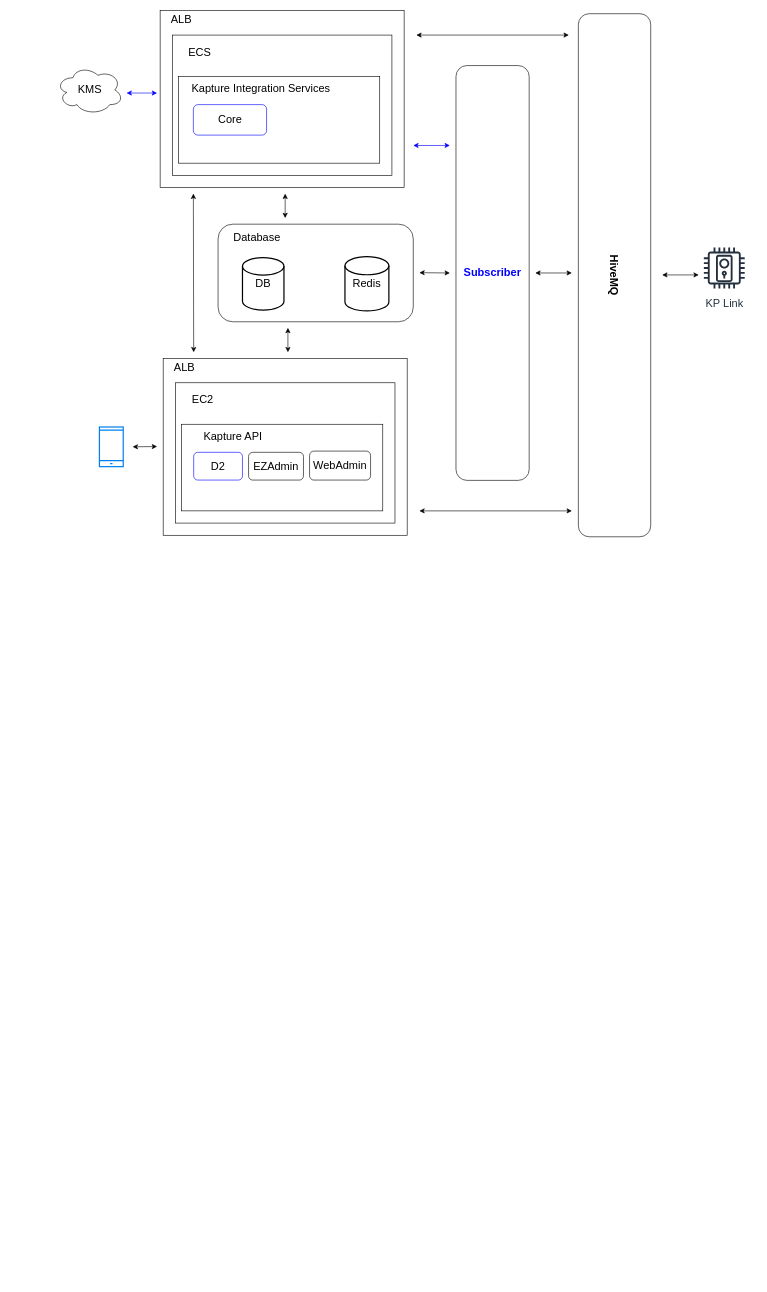
Before: KaptureIntegrationService.drawio in kevin3747118/ALZK, a draw.io diagram. Source tidied: cells renumbered, new cells numbered last; positions are measured from the earlier drawing's top-left corner, leaving out a move shared by most shapes. Both pictures are drawn from the tidied source at 61%, with x=0, y=0 at pixel (56, 10).
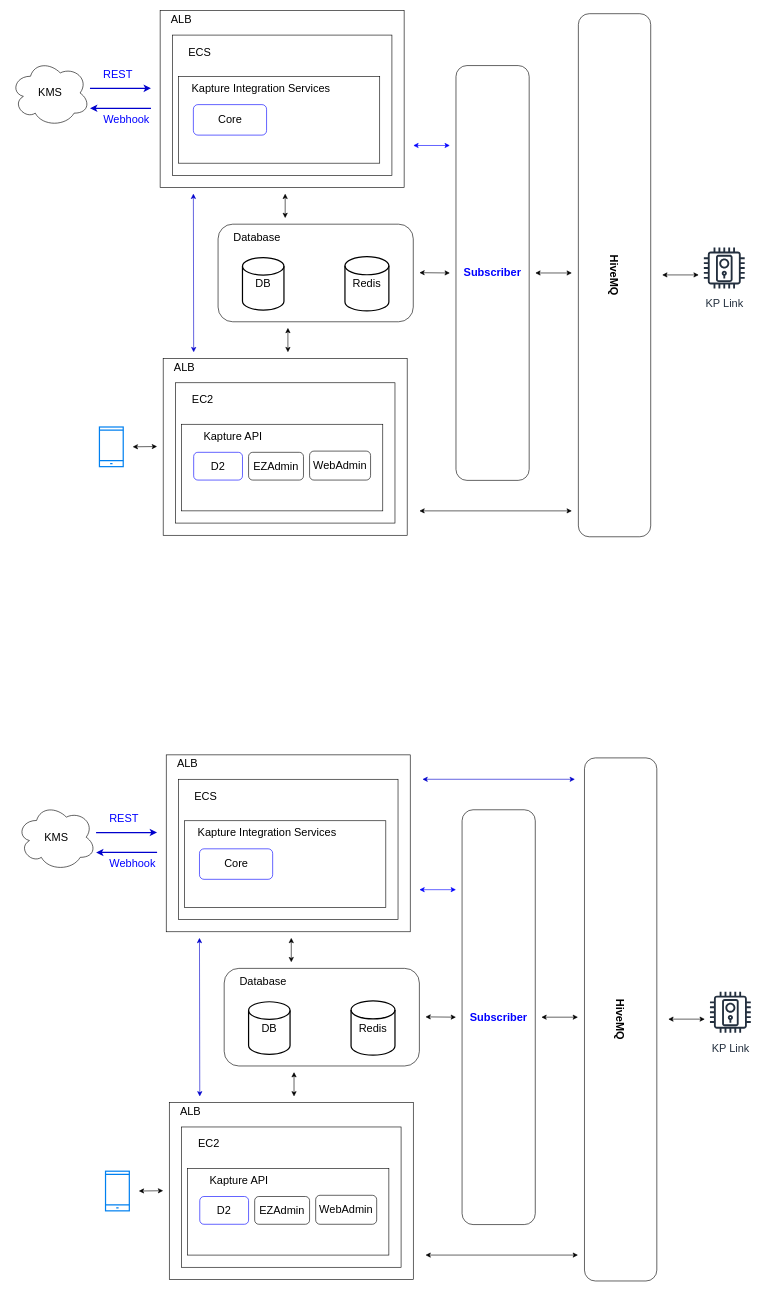
Above is the later version.

What changed in the source:
```diff
@@
-    <mxCell id="9" style="endArrow=classic;startArrow=classic;html=1;rounded=0;strokeColor=#0000FF;" parent="1" edge="1">
-      <mxGeometry relative="1" as="geometry">
-        <mxPoint x="116" y="135" as="sourcePoint" />
-        <mxPoint x="166" y="135" as="targetPoint" />
-      </mxGeometry>
-    </mxCell>
@@
     <mxCell id="20" value="&lt;font style=&quot;font-size: 18px;&quot;&gt;KMS&lt;/font&gt;" style="ellipse;shape=cloud;whiteSpace=wrap;html=1;strokeColor=#000000;" parent="1" vertex="1">
-      <mxGeometry x="0.5" y="90" width="110" height="80" as="geometry" />
+      <mxGeometry x="-74" y="80" width="130" height="110" as="geometry" />
     </mxCell>
@@
-    <mxCell id="31" style="endArrow=classic;startArrow=classic;html=1;rounded=0;fontSize=18;fontColor=#000000;" parent="1" edge="1">
+    <mxCell id="31" style="endArrow=classic;startArrow=classic;html=1;rounded=0;fontSize=18;fontColor=#000000;strokeColor=#0000CC;" parent="1" edge="1">
       <mxGeometry relative="1" as="geometry">
         <mxPoint x="226" y="560" as="sourcePoint" />
         <mxPoint x="225.5" y="300" as="targetPoint" />
       </mxGeometry>
     </mxCell>
@@
-    <mxCell id="35" style="endArrow=classic;startArrow=classic;html=1;rounded=0;fontSize=18;" parent="1" edge="1">
-      <mxGeometry relative="1" as="geometry">
-        <mxPoint x="591" y="40" as="sourcePoint" />
-        <mxPoint x="841" y="40" as="targetPoint" />
-      </mxGeometry>
-    </mxCell>
@@
+    <mxCell id="39" style="endArrow=classic;html=1;rounded=0;strokeColor=#0000CC;strokeWidth=2;fontSize=18;fontColor=#0000FF;" parent="1" edge="1">
+      <mxGeometry relative="1" as="geometry">
+        <mxPoint x="56" y="127.3" as="sourcePoint" />
+        <mxPoint x="156" y="127.3" as="targetPoint" />
+      </mxGeometry>
+    </mxCell>
+    <mxCell id="40" style="endArrow=classic;html=1;rounded=0;strokeColor=#0000CC;strokeWidth=2;fontSize=18;fontColor=#0000FF;" parent="1" edge="1">
+      <mxGeometry relative="1" as="geometry">
+        <mxPoint x="156" y="160" as="sourcePoint" />
+        <mxPoint x="56" y="160" as="targetPoint" />
+      </mxGeometry>
+    </mxCell>
+    <mxCell id="41" value="Webhook" style="text;html=1;strokeColor=none;fillColor=none;align=center;verticalAlign=middle;whiteSpace=wrap;rounded=0;fontSize=18;fontColor=#0000FF;" parent="1" vertex="1">
+      <mxGeometry x="86" y="164" width="60" height="30" as="geometry" />
+    </mxCell>
+    <mxCell id="42" value="REST" style="text;html=1;strokeColor=none;fillColor=none;align=center;verticalAlign=middle;whiteSpace=wrap;rounded=0;fontSize=18;fontColor=#0000FF;" parent="1" vertex="1">
+      <mxGeometry x="71.5" y="90" width="60" height="30" as="geometry" />
+    </mxCell>
+    <mxCell id="43" style="rounded=0;whiteSpace=wrap;html=1;" parent="1" vertex="1">
+      <mxGeometry x="181" y="1220" width="400" height="290" as="geometry" />
+    </mxCell>
+    <mxCell id="44" style="rounded=0;whiteSpace=wrap;html=1;fontSize=18;" parent="1" vertex="1">
+      <mxGeometry x="201" y="1260" width="360" height="230" as="geometry" />
+    </mxCell>
+    <mxCell id="45" value="&lt;font style=&quot;font-size: 18px&quot;&gt;ECS&lt;/font&gt;" style="text;html=1;strokeColor=none;fillColor=none;align=center;verticalAlign=middle;whiteSpace=wrap;rounded=0;" parent="1" vertex="1">
+      <mxGeometry x="201" y="1273" width="90" height="30" as="geometry" />
+    </mxCell>
+    <mxCell id="46" style="rounded=0;whiteSpace=wrap;html=1;fontSize=18;" parent="1" vertex="1">
+      <mxGeometry x="211" y="1328" width="330" height="142" as="geometry" />
+    </mxCell>
+    <mxCell id="47" value="&lt;font style=&quot;font-size: 18px&quot;&gt;Kapture Integration Services&lt;/font&gt;" style="text;html=1;strokeColor=none;fillColor=none;align=center;verticalAlign=middle;whiteSpace=wrap;rounded=0;" parent="1" vertex="1">
+      <mxGeometry x="211" y="1328" width="271" height="40" as="geometry" />
+    </mxCell>
+    <mxCell id="48" value="Core" style="rounded=1;whiteSpace=wrap;html=1;fontSize=18;strokeColor=#0000FF;" parent="1" vertex="1">
+      <mxGeometry x="235.5" y="1374" width="120" height="50" as="geometry" />
+    </mxCell>
+    <mxCell id="49" style="html=1;verticalLabelPosition=bottom;align=center;labelBackgroundColor=#ffffff;verticalAlign=top;strokeWidth=2;strokeColor=#0080F0;shadow=0;dashed=0;shape=mxgraph.ios7.icons.smartphone;fontSize=18;" parent="1" vertex="1">
+      <mxGeometry x="81.5" y="1902.5" width="39" height="65" as="geometry" />
+    </mxCell>
+    <mxCell id="50" style="endArrow=classic;startArrow=classic;html=1;rounded=0;fontSize=18;" parent="1" edge="1">
+      <mxGeometry relative="1" as="geometry">
+        <mxPoint x="136" y="1935" as="sourcePoint" />
+        <mxPoint x="176" y="1934.5" as="targetPoint" />
+      </mxGeometry>
+    </mxCell>
+    <mxCell id="51" value="&lt;span style=&quot;font-size: 18px;&quot;&gt;ALB&lt;/span&gt;" style="text;html=1;strokeColor=none;fillColor=none;align=center;verticalAlign=middle;whiteSpace=wrap;rounded=0;" parent="1" vertex="1">
+      <mxGeometry x="181" y="1220" width="70" height="30" as="geometry" />
+    </mxCell>
+    <mxCell id="52" value="&lt;font style=&quot;font-size: 18px;&quot;&gt;&lt;b style=&quot;&quot;&gt;Subscriber&lt;/b&gt;&lt;/font&gt;" style="rounded=1;whiteSpace=wrap;html=1;fontColor=#0000FF;" parent="1" vertex="1">
+      <mxGeometry x="666" y="1310" width="120" height="680" as="geometry" />
+    </mxCell>
+    <mxCell id="53" style="rounded=0;whiteSpace=wrap;html=1;" parent="1" vertex="1">
+      <mxGeometry x="186" y="1790" width="400" height="290" as="geometry" />
+    </mxCell>
+    <mxCell id="54" style="rounded=0;whiteSpace=wrap;html=1;fontSize=18;" parent="1" vertex="1">
+      <mxGeometry x="206" y="1830" width="360" height="230" as="geometry" />
+    </mxCell>
+    <mxCell id="55" value="&lt;font style=&quot;font-size: 18px&quot;&gt;EC2&lt;/font&gt;" style="text;html=1;strokeColor=none;fillColor=none;align=center;verticalAlign=middle;whiteSpace=wrap;rounded=0;" parent="1" vertex="1">
+      <mxGeometry x="206" y="1843" width="90" height="30" as="geometry" />
+    </mxCell>
+    <mxCell id="56" style="rounded=0;whiteSpace=wrap;html=1;fontSize=18;" parent="1" vertex="1">
+      <mxGeometry x="216" y="1898" width="330" height="142" as="geometry" />
+    </mxCell>
+    <mxCell id="57" value="&lt;font style=&quot;font-size: 18px&quot;&gt;Kapture API&lt;/font&gt;" style="text;html=1;strokeColor=none;fillColor=none;align=center;verticalAlign=middle;whiteSpace=wrap;rounded=0;" parent="1" vertex="1">
+      <mxGeometry x="215" y="1898" width="171" height="40" as="geometry" />
+    </mxCell>
+    <mxCell id="58" value="D2" style="rounded=1;whiteSpace=wrap;html=1;fontSize=18;strokeColor=#0000FF;" parent="1" vertex="1">
+      <mxGeometry x="236" y="1944" width="80" height="45.5" as="geometry" />
+    </mxCell>
+    <mxCell id="59" value="&lt;span style=&quot;font-size: 18px;&quot;&gt;ALB&lt;/span&gt;" style="text;html=1;strokeColor=none;fillColor=none;align=center;verticalAlign=middle;whiteSpace=wrap;rounded=0;" parent="1" vertex="1">
+      <mxGeometry x="186" y="1790" width="70" height="30" as="geometry" />
+    </mxCell>
+    <mxCell id="60" value="&lt;font style=&quot;font-size: 18px;&quot;&gt;KMS&lt;/font&gt;" style="ellipse;shape=cloud;whiteSpace=wrap;html=1;strokeColor=#000000;" parent="1" vertex="1">
+      <mxGeometry x="-64" y="1300" width="130" height="110" as="geometry" />
+    </mxCell>
+    <mxCell id="61" value="WebAdmin" style="rounded=1;whiteSpace=wrap;html=1;fontSize=18;strokeColor=#000000;" parent="1" vertex="1">
+      <mxGeometry x="426" y="1942" width="100" height="47.5" as="geometry" />
+    </mxCell>
+    <mxCell id="62" value="EZAdmin" style="rounded=1;whiteSpace=wrap;html=1;fontSize=18;strokeColor=default;" parent="1" vertex="1">
+      <mxGeometry x="326" y="1944" width="90" height="45.5" as="geometry" />
+    </mxCell>
+    <mxCell id="63" style="endArrow=classic;startArrow=classic;html=1;rounded=0;fontSize=18;fontColor=#000000;" parent="1" edge="1">
+      <mxGeometry relative="1" as="geometry">
+        <mxPoint x="386" y="1560" as="sourcePoint" />
+        <mxPoint x="386" y="1520" as="targetPoint" />
+      </mxGeometry>
+    </mxCell>
+    <mxCell id="64" value="&lt;font size=&quot;1&quot; style=&quot;&quot;&gt;&lt;b style=&quot;font-size: 18px;&quot;&gt;HiveMQ&lt;/b&gt;&lt;/font&gt;" style="rounded=1;whiteSpace=wrap;html=1;fontSize=18;strokeColor=#000000;rotation=90;" parent="1" vertex="1">
+      <mxGeometry x="497.2" y="1594.4" width="857.5" height="118.6" as="geometry" />
+    </mxCell>
+    <mxCell id="65" style="group;" parent="1" vertex="1">
+      <mxGeometry x="276" y="1570" width="320" height="160" as="geometry" />
+    </mxCell>
+    <mxCell id="66" value="DB" style="strokeWidth=2;html=1;shape=mxgraph.flowchart.database;whiteSpace=wrap;fontSize=18;" parent="65" vertex="1">
+      <mxGeometry x="40" y="54.7" width="68" height="86.2" as="geometry" />
+    </mxCell>
+    <mxCell id="67" value="Redis" style="strokeWidth=2;html=1;shape=mxgraph.flowchart.database;whiteSpace=wrap;fontSize=18;" parent="65" vertex="1">
+      <mxGeometry x="208" y="53.3" width="72" height="88.9" as="geometry" />
+    </mxCell>
+    <mxCell id="68" style="rounded=1;whiteSpace=wrap;html=1;strokeColor=#000000;fontSize=18;fontColor=#000000;fillColor=none;" parent="65" vertex="1">
+      <mxGeometry width="320" height="160" as="geometry" />
+    </mxCell>
+    <mxCell id="69" value="Database" style="text;html=1;strokeColor=none;fillColor=none;align=center;verticalAlign=middle;whiteSpace=wrap;rounded=0;fontSize=18;fontColor=#000000;" parent="65" vertex="1">
+      <mxGeometry x="40" y="8.9" width="48" height="26.7" as="geometry" />
+    </mxCell>
+    <mxCell id="70" style="endArrow=classic;startArrow=classic;html=1;rounded=0;fontSize=18;fontColor=#000000;" parent="1" edge="1">
+      <mxGeometry relative="1" as="geometry">
+        <mxPoint x="390.5" y="1780" as="sourcePoint" />
+        <mxPoint x="390.5" y="1740" as="targetPoint" />
+      </mxGeometry>
+    </mxCell>
+    <mxCell id="71" style="endArrow=classic;startArrow=classic;html=1;rounded=0;fontSize=18;fontColor=#000000;strokeColor=#0000CC;" parent="1" edge="1">
+      <mxGeometry relative="1" as="geometry">
+        <mxPoint x="236" y="1780" as="sourcePoint" />
+        <mxPoint x="235.5" y="1520" as="targetPoint" />
+      </mxGeometry>
+    </mxCell>
+    <mxCell id="72" style="endArrow=classic;startArrow=classic;html=1;rounded=0;fontSize=18;fontColor=#000000;" parent="1" edge="1">
+      <mxGeometry relative="1" as="geometry">
+        <mxPoint x="606" y="1649.5" as="sourcePoint" />
+        <mxPoint x="656" y="1650" as="targetPoint" />
+      </mxGeometry>
+    </mxCell>
+    <mxCell id="73" style="endArrow=classic;startArrow=classic;html=1;rounded=0;fontSize=18;" parent="1" edge="1">
+      <mxGeometry relative="1" as="geometry">
+        <mxPoint x="606" y="2040" as="sourcePoint" />
+        <mxPoint x="856" y="2040" as="targetPoint" />
+      </mxGeometry>
+    </mxCell>
+    <mxCell id="74" style="endArrow=classic;startArrow=classic;html=1;rounded=0;fontSize=18;fontColor=#000000;" parent="1" edge="1">
+      <mxGeometry relative="1" as="geometry">
+        <mxPoint x="796" y="1650" as="sourcePoint" />
+        <mxPoint x="856" y="1650" as="targetPoint" />
+      </mxGeometry>
+    </mxCell>
+    <mxCell id="75" style="endArrow=classic;startArrow=classic;html=1;rounded=0;fontSize=18;strokeColor=#0000CC;" parent="1" edge="1">
+      <mxGeometry relative="1" as="geometry">
+        <mxPoint x="601" y="1260" as="sourcePoint" />
+        <mxPoint x="851" y="1260" as="targetPoint" />
+      </mxGeometry>
+    </mxCell>
+    <mxCell id="76" value="&lt;font style=&quot;font-size: 18px;&quot;&gt;KP Link&lt;/font&gt;" style="sketch=0;fontColor=#232F3E;gradientColor=none;strokeColor=#232F3E;fillColor=#ffffff;dashed=0;verticalLabelPosition=bottom;verticalAlign=top;align=center;html=1;fontSize=12;fontStyle=0;shape=mxgraph.aws4.resourceIcon;resIcon=mxgraph.aws4.door_lock;" parent="1" vertex="1">
+      <mxGeometry x="1064" y="1600" width="83.7" height="83.7" as="geometry" />
+    </mxCell>
+    <mxCell id="77" style="endArrow=classic;startArrow=classic;html=1;rounded=0;fontSize=18;fontColor=#000000;" parent="1" edge="1">
+      <mxGeometry relative="1" as="geometry">
+        <mxPoint x="1004" y="1653.2" as="sourcePoint" />
+        <mxPoint x="1064" y="1653.2" as="targetPoint" />
+      </mxGeometry>
+    </mxCell>
+    <mxCell id="78" style="endArrow=classic;startArrow=classic;html=1;rounded=0;fontSize=18;fontColor=#000000;strokeColor=#0000FF;" parent="1" edge="1">
+      <mxGeometry relative="1" as="geometry">
+        <mxPoint x="596" y="1441" as="sourcePoint" />
+        <mxPoint x="656" y="1441" as="targetPoint" />
+      </mxGeometry>
+    </mxCell>
+    <mxCell id="79" style="endArrow=classic;html=1;rounded=0;strokeColor=#0000CC;strokeWidth=2;fontSize=18;fontColor=#0000FF;" parent="1" edge="1">
+      <mxGeometry relative="1" as="geometry">
+        <mxPoint x="66" y="1347.3" as="sourcePoint" />
+        <mxPoint x="166" y="1347.3" as="targetPoint" />
+      </mxGeometry>
+    </mxCell>
+    <mxCell id="80" style="endArrow=classic;html=1;rounded=0;strokeColor=#0000CC;strokeWidth=2;fontSize=18;fontColor=#0000FF;" parent="1" edge="1">
+      <mxGeometry relative="1" as="geometry">
+        <mxPoint x="166" y="1380" as="sourcePoint" />
+        <mxPoint x="66" y="1380" as="targetPoint" />
+      </mxGeometry>
+    </mxCell>
+    <mxCell id="81" value="Webhook" style="text;html=1;strokeColor=none;fillColor=none;align=center;verticalAlign=middle;whiteSpace=wrap;rounded=0;fontSize=18;fontColor=#0000FF;" parent="1" vertex="1">
+      <mxGeometry x="96" y="1384" width="60" height="30" as="geometry" />
+    </mxCell>
+    <mxCell id="82" value="REST" style="text;html=1;strokeColor=none;fillColor=none;align=center;verticalAlign=middle;whiteSpace=wrap;rounded=0;fontSize=18;fontColor=#0000FF;" parent="1" vertex="1">
+      <mxGeometry x="81.5" y="1310" width="60" height="30" as="geometry" />
+    </mxCell>
```
